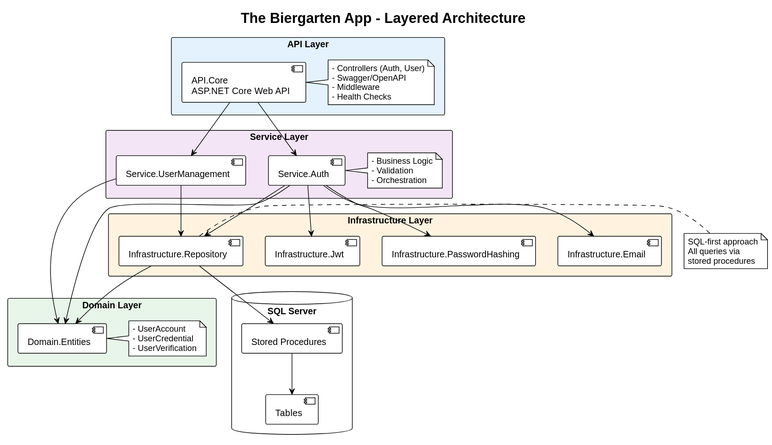
Before: docs/website/diagrams-out/architecture.svg, a diagram exported from PlantUML (aaronpo97/the-biergarten-app).
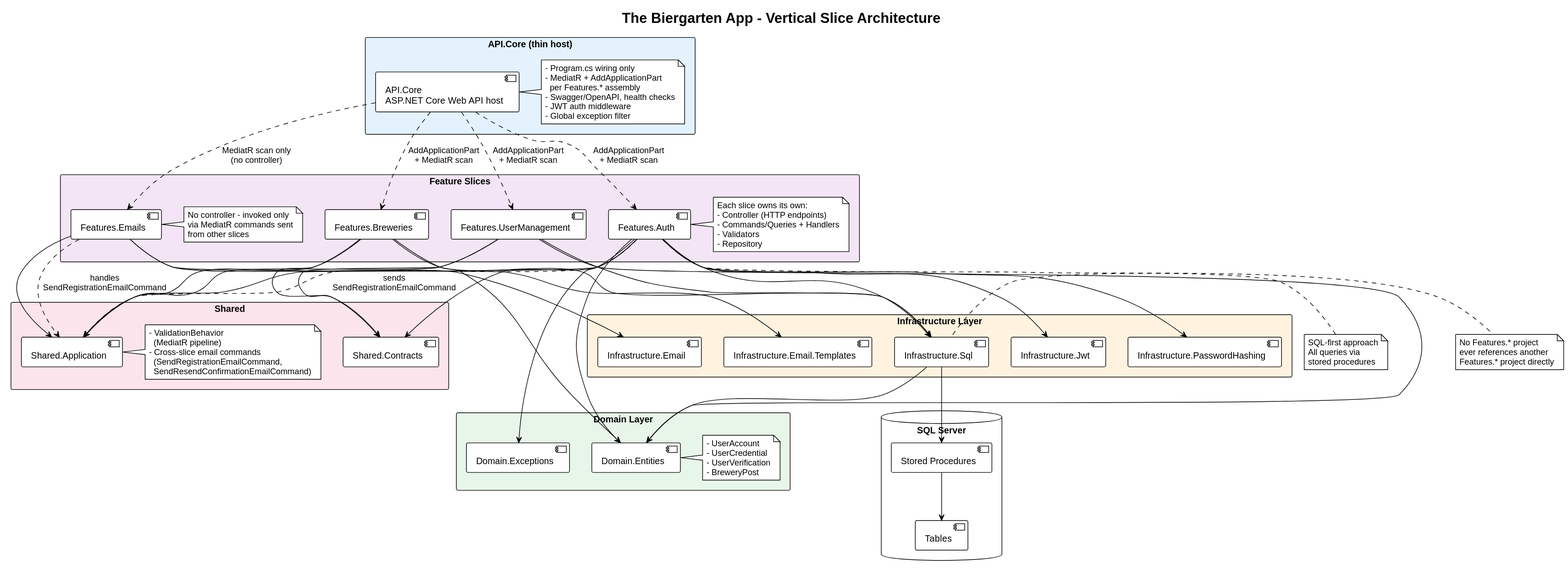
Later version of the same file.

Commit message:
Update documentation to reflect new architecture and previous refactors

Change to the diagram source:
```diff
@@ -4,41 +4,67 @@
 skinparam defaultFontName Arial
 skinparam packageStyle rectangle
 
-title The Biergarten App - Layered Architecture
+title The Biergarten App - Vertical Slice Architecture
 
-package "API Layer" #E3F2FD {
-  [API.Core\nASP.NET Core Web API] as API
+package "API.Core (thin host)" #E3F2FD {
+  [API.Core\nASP.NET Core Web API host] as API
   note right of API
-    - Controllers (Auth, User)
-    - Swagger/OpenAPI
-    - Middleware
-    - Health Checks
+    - Program.cs wiring only
+    - MediatR + AddApplicationPart
+      per Features.* assembly
+    - Swagger/OpenAPI, health checks
+    - JWT auth middleware
+    - Global exception filter
   end note
 }
 
-package "Service Layer" #F3E5F5 {
-  [Service.Auth] as AuthSvc
-  [Service.UserManagement] as UserSvc
-  note right of AuthSvc
-    - Business Logic
-    - Validation
-    - Orchestration
+package "Feature Slices" #F3E5F5 {
+  [Features.Auth] as AuthSlice
+  [Features.Breweries] as BrewerySlice
+  [Features.UserManagement] as UserSlice
+  [Features.Emails] as EmailsSlice
+  note right of AuthSlice
+    Each slice owns its own:
+    - Controller (HTTP endpoints)
+    - Commands/Queries + Handlers
+    - Validators
+    - Repository
+  end note
+  note right of EmailsSlice
+    No controller - invoked only
+    via MediatR commands sent
+    from other slices
+  end note
+}
+
+package "Shared" #FCE4EC {
+  [Shared.Contracts] as SharedContracts
+  [Shared.Application] as SharedApp
+  note right of SharedApp
+    - ValidationBehavior
+      (MediatR pipeline)
+    - Cross-slice email commands
+      (SendRegistrationEmailCommand,
+      SendResendConfirmationEmailCommand)
   end note
 }
 
 package "Infrastructure Layer" #FFF3E0 {
-  [Infrastructure.Repository] as Repo
+  [Infrastructure.Sql] as Sql
   [Infrastructure.Jwt] as JWT
   [Infrastructure.PasswordHashing] as PwdHash
   [Infrastructure.Email] as Email
+  [Infrastructure.Email.Templates] as EmailTemplates
 }
 
 package "Domain Layer" #E8F5E9 {
   [Domain.Entities] as Domain
+  [Domain.Exceptions] as DomainExceptions
   note right of Domain
     - UserAccount
     - UserCredential
     - UserVerification
+    - BreweryPost
   end note
 }
 
@@ -47,26 +73,50 @@
   [Tables] as Tables
 }
 
-API --> AuthSvc
-API --> UserSvc
+API ..> AuthSlice : AddApplicationPart\n+ MediatR scan
+API ..> BrewerySlice : AddApplicationPart\n+ MediatR scan
+API ..> UserSlice : AddApplicationPart\n+ MediatR scan
+API ..> EmailsSlice : MediatR scan only\n(no controller)
 
-AuthSvc --> Repo
-AuthSvc --> JWT
-AuthSvc --> PwdHash
-AuthSvc --> Email
+AuthSlice --> Sql
+AuthSlice --> JWT
+AuthSlice --> PwdHash
+AuthSlice --> SharedContracts
+AuthSlice --> SharedApp
 
-UserSvc --> Repo
+BrewerySlice --> Sql
+BrewerySlice --> SharedContracts
+BrewerySlice --> SharedApp
 
-Repo --> SP
-Repo --> Domain
+UserSlice --> Sql
+UserSlice --> SharedContracts
+UserSlice --> SharedApp
+
+EmailsSlice --> Email
+EmailsSlice --> EmailTemplates
+EmailsSlice --> SharedApp
+
+AuthSlice ..> SharedApp : sends\nSendRegistrationEmailCommand
+EmailsSlice ..> SharedApp : handles\nSendRegistrationEmailCommand
+
+Sql --> SP
+Sql --> Domain
 SP --> Tables
 
-AuthSvc --> Domain
-UserSvc --> Domain
+AuthSlice --> Domain
+BrewerySlice --> Domain
+UserSlice --> Domain
+AuthSlice --> DomainExceptions
 
-note left of Repo
+note left of Sql
   SQL-first approach
   All queries via
   stored procedures
 end note
+
+note bottom of AuthSlice
+  No Features.* project
+  ever references another
+  Features.* project directly
+end note
 @enduml
```
